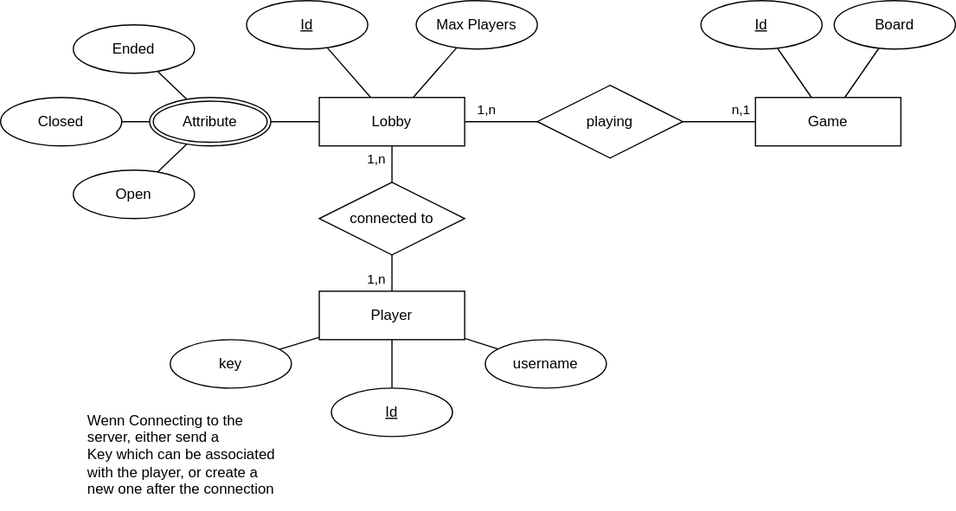
Above: documentation/Server/img/database-data-structure.drawio.svg in B-Team-Organisation/Fantasy-Chess (draw.io), before the change. Source tidied: cells renumbered, new cells last; positions are measured from the earlier drawing's top-left corner, leaving out a move shared by most shapes.
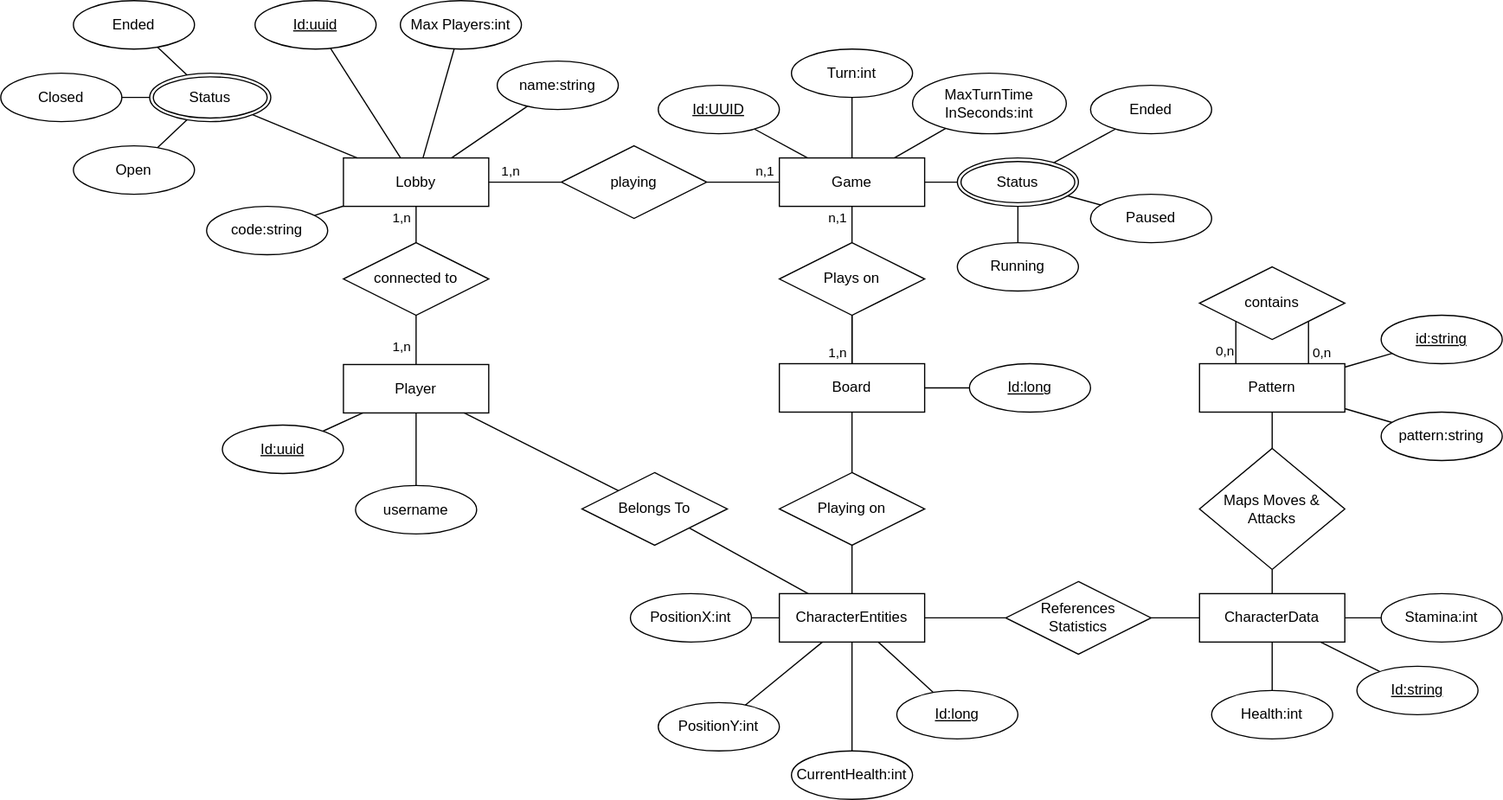
After the change.

Commit message:
[#25] Updated Database ERM and added more Database Entities

What changed in the source:
```diff
@@ -13,6 +13,9 @@
     <mxCell id="4" style="edgeStyle=none;html=1;endArrow=none;endFill=0;" parent="1" edge="1" source="5" target="8">
       <mxGeometry relative="1" as="geometry" />
     </mxCell>
+    <mxCell id="38" style="edgeStyle=none;html=1;endArrow=none;endFill=0;" parent="1" edge="1" source="5" target="97">
+      <mxGeometry relative="1" as="geometry" />
+    </mxCell>
     <mxCell id="5" value="Lobby" style="whiteSpace=wrap;html=1;align=center;" parent="1" vertex="1">
       <mxGeometry x="263" y="80" width="120" height="40" as="geometry" />
     </mxCell>
@@ -20,11 +23,25 @@
       <mxGeometry relative="1" as="geometry" />
     </mxCell>
     <mxCell id="7" value="Player" style="whiteSpace=wrap;html=1;align=center;" parent="1" vertex="1">
-      <mxGeometry x="263" y="240" width="120" height="40" as="geometry" />
+      <mxGeometry x="263" y="250.7" width="120" height="40" as="geometry" />
     </mxCell>
-    <mxCell id="8" value="Id" style="ellipse;whiteSpace=wrap;html=1;align=center;fontStyle=4;" parent="1" vertex="1">
-      <mxGeometry x="203" width="100" height="40" as="geometry" />
+    <mxCell id="8" value="Id:uuid" style="ellipse;whiteSpace=wrap;html=1;align=center;fontStyle=4;" parent="1" vertex="1">
+      <mxGeometry x="190" y="-50" width="100" height="40" as="geometry" />
     </mxCell>
+    <mxCell id="39" style="edgeStyle=none;html=1;endArrow=none;endFill=0;" parent="1" edge="1" source="9" target="52">
+      <mxGeometry relative="1" as="geometry" />
+    </mxCell>
+    <mxCell id="40" value="n,1" style="edgeLabel;html=1;align=center;verticalAlign=middle;" parent="39" vertex="1">
+      <mxGeometry x="-0.45" y="-2" relative="1" as="geometry">
+        <mxPoint x="-11" y="1" as="offset" />
+      </mxGeometry>
+    </mxCell>
+    <mxCell id="41" style="edgeStyle=none;html=1;endArrow=none;endFill=0;" parent="1" edge="1" source="9" target="92">
+      <mxGeometry relative="1" as="geometry" />
+    </mxCell>
+    <mxCell id="42" style="edgeStyle=none;html=1;endArrow=none;endFill=0;" parent="1" edge="1" source="9" target="95">
+      <mxGeometry relative="1" as="geometry" />
+    </mxCell>
     <mxCell id="9" value="Game" style="whiteSpace=wrap;html=1;align=center;" parent="1" vertex="1">
       <mxGeometry x="623" y="80" width="120" height="40" as="geometry" />
     </mxCell>
@@ -39,17 +56,11 @@
     <mxCell id="12" value="playing" style="shape=rhombus;perimeter=rhombusPerimeter;whiteSpace=wrap;html=1;align=center;" parent="1" vertex="1">
       <mxGeometry x="443" y="70" width="120" height="60" as="geometry" />
     </mxCell>
-    <mxCell id="13" style="edgeStyle=none;html=1;endArrow=none;endFill=0;" parent="1" edge="1" source="14" target="9">
-      <mxGeometry relative="1" as="geometry" />
-    </mxCell>
-    <mxCell id="14" value="Board" style="ellipse;whiteSpace=wrap;html=1;align=center;" parent="1" vertex="1">
-      <mxGeometry x="688" width="100" height="40" as="geometry" />
-    </mxCell>
     <mxCell id="15" style="edgeStyle=none;html=1;endArrow=none;endFill=0;" parent="1" edge="1" source="16" target="9">
       <mxGeometry relative="1" as="geometry" />
     </mxCell>
-    <mxCell id="16" value="Id" style="ellipse;whiteSpace=wrap;html=1;align=center;fontStyle=4;" parent="1" vertex="1">
-      <mxGeometry x="578" width="100" height="40" as="geometry" />
+    <mxCell id="16" value="Id:UUID" style="ellipse;whiteSpace=wrap;html=1;align=center;fontStyle=4;" parent="1" vertex="1">
+      <mxGeometry x="523" y="20" width="100" height="40" as="geometry" />
     </mxCell>
     <mxCell id="17" style="edgeStyle=none;html=1;exitX=0.5;exitY=0;exitDx=0;exitDy=0;endArrow=none;endFill=0;" parent="1" edge="1" source="21" target="5">
       <mxGeometry relative="1" as="geometry" />
@@ -70,53 +81,224 @@
     <mxCell id="21" value="connected to" style="shape=rhombus;perimeter=rhombusPerimeter;whiteSpace=wrap;html=1;align=center;" parent="1" vertex="1">
       <mxGeometry x="263" y="150" width="120" height="60" as="geometry" />
     </mxCell>
-    <mxCell id="22" value="Id" style="ellipse;whiteSpace=wrap;html=1;align=center;fontStyle=4;" parent="1" vertex="1">
-      <mxGeometry x="273" y="320" width="100" height="40" as="geometry" />
+    <mxCell id="22" value="Id:uuid" style="ellipse;whiteSpace=wrap;html=1;align=center;fontStyle=4;" parent="1" vertex="1">
+      <mxGeometry x="163" y="300.7" width="100" height="40" as="geometry" />
     </mxCell>
     <mxCell id="23" style="edgeStyle=none;html=1;endArrow=none;endFill=0;" parent="1" edge="1" source="24" target="7">
       <mxGeometry relative="1" as="geometry" />
     </mxCell>
     <mxCell id="24" value="username" style="ellipse;whiteSpace=wrap;html=1;align=center;" parent="1" vertex="1">
-      <mxGeometry x="400" y="280" width="100" height="40" as="geometry" />
+      <mxGeometry x="273" y="350.7" width="100" height="40" as="geometry" />
     </mxCell>
     <mxCell id="25" style="edgeStyle=none;html=1;endArrow=none;endFill=0;" parent="1" edge="1" source="26" target="5">
       <mxGeometry relative="1" as="geometry" />
     </mxCell>
-    <mxCell id="26" value="Max Players" style="ellipse;whiteSpace=wrap;html=1;align=center;" parent="1" vertex="1">
-      <mxGeometry x="343" width="100" height="40" as="geometry" />
+    <mxCell id="26" value="Max Players:int" style="ellipse;whiteSpace=wrap;html=1;align=center;" parent="1" vertex="1">
+      <mxGeometry x="310" y="-50" width="100" height="40" as="geometry" />
     </mxCell>
     <mxCell id="27" style="edgeStyle=none;html=1;endArrow=none;endFill=0;" parent="1" edge="1" source="28" target="5">
       <mxGeometry relative="1" as="geometry" />
     </mxCell>
-    <mxCell id="28" value="Attribute" style="ellipse;shape=doubleEllipse;margin=3;whiteSpace=wrap;html=1;align=center;" parent="1" vertex="1">
-      <mxGeometry x="123" y="80" width="100" height="40" as="geometry" />
+    <mxCell id="28" value="Status" style="ellipse;shape=doubleEllipse;margin=3;whiteSpace=wrap;html=1;align=center;" parent="1" vertex="1">
+      <mxGeometry x="103" y="10" width="100" height="40" as="geometry" />
     </mxCell>
     <mxCell id="29" style="edgeStyle=none;html=1;endArrow=none;endFill=0;" parent="1" edge="1" source="30" target="28">
       <mxGeometry relative="1" as="geometry" />
     </mxCell>
     <mxCell id="30" value="Open" style="ellipse;whiteSpace=wrap;html=1;align=center;" parent="1" vertex="1">
-      <mxGeometry x="60" y="140" width="100" height="40" as="geometry" />
+      <mxGeometry x="40" y="70" width="100" height="40" as="geometry" />
     </mxCell>
     <mxCell id="31" style="edgeStyle=none;html=1;endArrow=none;endFill=0;" parent="1" edge="1" source="32" target="28">
       <mxGeometry relative="1" as="geometry" />
     </mxCell>
     <mxCell id="32" value="Ended" style="ellipse;whiteSpace=wrap;html=1;align=center;" parent="1" vertex="1">
-      <mxGeometry x="60" y="20" width="100" height="40" as="geometry" />
+      <mxGeometry x="40" y="-50" width="100" height="40" as="geometry" />
     </mxCell>
     <mxCell id="33" style="edgeStyle=none;html=1;endArrow=none;endFill=0;" parent="1" edge="1" source="34" target="28">
       <mxGeometry relative="1" as="geometry" />
     </mxCell>
     <mxCell id="34" value="Closed" style="ellipse;whiteSpace=wrap;html=1;align=center;" parent="1" vertex="1">
-      <mxGeometry y="80" width="100" height="40" as="geometry" />
+      <mxGeometry x="-20" y="10" width="100" height="40" as="geometry" />
     </mxCell>
-    <mxCell id="35" style="edgeStyle=none;html=1;endArrow=none;endFill=0;" parent="1" edge="1" source="36" target="7">
-      <mxGeometry relative="1" as="geometry" />
-    </mxCell>
-    <mxCell id="36" value="key" style="ellipse;whiteSpace=wrap;html=1;align=center;" parent="1" vertex="1">
-      <mxGeometry x="140" y="280" width="100" height="40" as="geometry" />
-    </mxCell>
-    <mxCell id="37" value="Wenn Connecting to the &lt;br&gt;server, either send a&lt;br&gt;Key which can be associated &lt;br&gt;with the player, or create a &lt;br&gt;new one after the connection" style="text;html=1;align=left;verticalAlign=middle;strokeColor=none;fillColor=none;" parent="1" vertex="1">
-      <mxGeometry x="70" y="330" width="180" height="90" as="geometry" />
-    </mxCell>
+    <mxCell id="43" style="edgeStyle=none;html=1;endArrow=none;endFill=0;" parent="1" edge="1" source="44" target="5">
+      <mxGeometry relative="1" as="geometry" />
+    </mxCell>
+    <mxCell id="44" value="name:string" style="ellipse;whiteSpace=wrap;html=1;align=center;" parent="1" vertex="1">
+      <mxGeometry x="390" width="100" height="40" as="geometry" />
+    </mxCell>
+    <mxCell id="45" style="edgeStyle=none;html=1;endArrow=none;endFill=0;" parent="1" edge="1" source="14" target="49">
+      <mxGeometry relative="1" as="geometry" />
+    </mxCell>
+    <mxCell id="46" style="edgeStyle=none;html=1;endArrow=none;endFill=0;" parent="1" edge="1" source="14" target="62">
+      <mxGeometry relative="1" as="geometry" />
+    </mxCell>
+    <mxCell id="47" style="edgeStyle=none;html=1;endArrow=none;endFill=0;" parent="1" edge="1" source="14" target="52">
+      <mxGeometry relative="1" as="geometry" />
+    </mxCell>
+    <mxCell id="14" value="Board" style="whiteSpace=wrap;html=1;align=center;" parent="1" vertex="1">
+      <mxGeometry x="623" y="250" width="120" height="40" as="geometry" />
+    </mxCell>
+    <mxCell id="48" style="edgeStyle=none;html=1;endArrow=none;endFill=0;" parent="1" edge="1" source="49" target="55">
+      <mxGeometry relative="1" as="geometry" />
+    </mxCell>
+    <mxCell id="49" value="Playing on" style="shape=rhombus;perimeter=rhombusPerimeter;whiteSpace=wrap;html=1;align=center;" parent="1" vertex="1">
+      <mxGeometry x="623" y="340" width="120" height="60" as="geometry" />
+    </mxCell>
+    <mxCell id="50" style="edgeStyle=none;html=1;endArrow=none;endFill=0;" parent="1" edge="1" source="52" target="14">
+      <mxGeometry relative="1" as="geometry" />
+    </mxCell>
+    <mxCell id="51" value="1,n" style="edgeLabel;html=1;align=center;verticalAlign=middle;" parent="50" vertex="1">
+      <mxGeometry x="-0.43" relative="1" as="geometry">
+        <mxPoint x="-13" y="19" as="offset" />
+      </mxGeometry>
+    </mxCell>
+    <mxCell id="52" value="Plays on" style="shape=rhombus;perimeter=rhombusPerimeter;whiteSpace=wrap;html=1;align=center;" parent="1" vertex="1">
+      <mxGeometry x="623" y="150" width="120" height="60" as="geometry" />
+    </mxCell>
+    <mxCell id="53" style="edgeStyle=none;html=1;endArrow=none;endFill=0;" parent="1" edge="1" source="55" target="57">
+      <mxGeometry relative="1" as="geometry" />
+    </mxCell>
+    <mxCell id="54" style="edgeStyle=none;html=1;endArrow=none;endFill=0;" parent="1" edge="1" source="55" target="99">
+      <mxGeometry relative="1" as="geometry" />
+    </mxCell>
+    <mxCell id="55" value="CharacterEntities" style="whiteSpace=wrap;html=1;align=center;" parent="1" vertex="1">
+      <mxGeometry x="623" y="440" width="120" height="40" as="geometry" />
+    </mxCell>
+    <mxCell id="56" style="edgeStyle=none;html=1;endArrow=none;endFill=0;" parent="1" edge="1" source="57" target="61">
+      <mxGeometry relative="1" as="geometry" />
+    </mxCell>
+    <mxCell id="57" value="References &lt;br&gt;Statistics" style="shape=rhombus;perimeter=rhombusPerimeter;whiteSpace=wrap;html=1;align=center;" parent="1" vertex="1">
+      <mxGeometry x="810" y="430" width="120" height="60" as="geometry" />
+    </mxCell>
+    <mxCell id="58" style="edgeStyle=none;html=1;endArrow=none;endFill=0;" parent="1" edge="1" source="61" target="69">
+      <mxGeometry relative="1" as="geometry" />
+    </mxCell>
+    <mxCell id="59" style="edgeStyle=none;html=1;endArrow=none;endFill=0;" parent="1" edge="1" source="61" target="79">
+      <mxGeometry relative="1" as="geometry" />
+    </mxCell>
+    <mxCell id="60" style="edgeStyle=none;html=1;endArrow=none;endFill=0;" parent="1" edge="1" source="61" target="82">
+      <mxGeometry relative="1" as="geometry" />
+    </mxCell>
+    <mxCell id="61" value="CharacterData" style="whiteSpace=wrap;html=1;align=center;" parent="1" vertex="1">
+      <mxGeometry x="970" y="440" width="120" height="40" as="geometry" />
+    </mxCell>
+    <mxCell id="62" value="Id:long" style="ellipse;whiteSpace=wrap;html=1;align=center;fontStyle=4;" parent="1" vertex="1">
+      <mxGeometry x="780" y="250" width="100" height="40" as="geometry" />
+    </mxCell>
+    <mxCell id="63" style="edgeStyle=none;html=1;exitX=0.25;exitY=0;exitDx=0;exitDy=0;entryX=0;entryY=1;entryDx=0;entryDy=0;endArrow=none;endFill=0;" parent="1" edge="1" source="67" target="70">
+      <mxGeometry relative="1" as="geometry" />
+    </mxCell>
+    <mxCell id="64" value="0,n" style="edgeLabel;html=1;align=center;verticalAlign=middle;" parent="63" vertex="1">
+      <mxGeometry x="-0.49" y="1" relative="1" as="geometry">
+        <mxPoint x="-9" y="-1" as="offset" />
+      </mxGeometry>
+    </mxCell>
+    <mxCell id="65" style="edgeStyle=none;html=1;exitX=0.75;exitY=0;exitDx=0;exitDy=0;entryX=1;entryY=1;entryDx=0;entryDy=0;endArrow=none;endFill=0;" parent="1" edge="1" source="67" target="70">
+      <mxGeometry relative="1" as="geometry" />
+    </mxCell>
+    <mxCell id="66" value="0,n" style="edgeLabel;html=1;align=center;verticalAlign=middle;" parent="65" vertex="1">
+      <mxGeometry x="-0.62" y="-3" relative="1" as="geometry">
+        <mxPoint x="7" y="-3" as="offset" />
+      </mxGeometry>
+    </mxCell>
+    <mxCell id="67" value="Pattern" style="whiteSpace=wrap;html=1;align=center;" parent="1" vertex="1">
+      <mxGeometry x="970" y="250" width="120" height="40" as="geometry" />
+    </mxCell>
+    <mxCell id="68" style="edgeStyle=none;html=1;endArrow=none;endFill=0;" parent="1" edge="1" source="69" target="67">
+      <mxGeometry relative="1" as="geometry" />
+    </mxCell>
+    <mxCell id="69" value="Maps Moves &amp;amp;&lt;br&gt;Attacks" style="shape=rhombus;perimeter=rhombusPerimeter;whiteSpace=wrap;html=1;align=center;" parent="1" vertex="1">
+      <mxGeometry x="970" y="320" width="120" height="100" as="geometry" />
+    </mxCell>
+    <mxCell id="70" value="contains" style="shape=rhombus;perimeter=rhombusPerimeter;whiteSpace=wrap;html=1;align=center;" parent="1" vertex="1">
+      <mxGeometry x="970" y="170" width="120" height="60" as="geometry" />
+    </mxCell>
+    <mxCell id="71" style="edgeStyle=none;html=1;endArrow=none;endFill=0;" parent="1" edge="1" source="72" target="55">
+      <mxGeometry relative="1" as="geometry" />
+    </mxCell>
+    <mxCell id="72" value="Id:long" style="ellipse;whiteSpace=wrap;html=1;align=center;fontStyle=4;" parent="1" vertex="1">
+      <mxGeometry x="720" y="520" width="100" height="40" as="geometry" />
+    </mxCell>
+    <mxCell id="73" style="edgeStyle=none;html=1;endArrow=none;endFill=0;" parent="1" edge="1" source="74" target="55">
+      <mxGeometry relative="1" as="geometry" />
+    </mxCell>
+    <mxCell id="74" value="CurrentHealth:int" style="ellipse;whiteSpace=wrap;html=1;align=center;" parent="1" vertex="1">
+      <mxGeometry x="633" y="570" width="100" height="40" as="geometry" />
+    </mxCell>
+    <mxCell id="75" style="edgeStyle=none;html=1;endArrow=none;endFill=0;" parent="1" edge="1" source="76" target="55">
+      <mxGeometry relative="1" as="geometry" />
+    </mxCell>
+    <mxCell id="76" value="PositionY:int" style="ellipse;whiteSpace=wrap;html=1;align=center;" parent="1" vertex="1">
+      <mxGeometry x="523" y="530" width="100" height="40" as="geometry" />
+    </mxCell>
+    <mxCell id="77" style="edgeStyle=none;html=1;endArrow=none;endFill=0;" parent="1" edge="1" source="78" target="55">
+      <mxGeometry relative="1" as="geometry" />
+    </mxCell>
+    <mxCell id="78" value="PositionX:int" style="ellipse;whiteSpace=wrap;html=1;align=center;" parent="1" vertex="1">
+      <mxGeometry x="500" y="440" width="100" height="40" as="geometry" />
+    </mxCell>
+    <mxCell id="79" value="Health:int" style="ellipse;whiteSpace=wrap;html=1;align=center;" parent="1" vertex="1">
+      <mxGeometry x="980" y="520" width="100" height="40" as="geometry" />
+    </mxCell>
+    <mxCell id="80" style="edgeStyle=none;html=1;endArrow=none;endFill=0;" parent="1" edge="1" source="81" target="67">
+      <mxGeometry relative="1" as="geometry" />
+    </mxCell>
+    <mxCell id="81" value="id:string" style="ellipse;whiteSpace=wrap;html=1;align=center;fontStyle=4;" parent="1" vertex="1">
+      <mxGeometry x="1120" y="210" width="100" height="40" as="geometry" />
+    </mxCell>
+    <mxCell id="82" value="Id:string" style="ellipse;whiteSpace=wrap;html=1;align=center;fontStyle=4;" parent="1" vertex="1">
+      <mxGeometry x="1100" y="500" width="100" height="40" as="geometry" />
+    </mxCell>
+    <mxCell id="83" style="edgeStyle=none;html=1;endArrow=none;endFill=0;" parent="1" edge="1" source="84" target="67">
+      <mxGeometry relative="1" as="geometry" />
+    </mxCell>
+    <mxCell id="84" value="pattern:string" style="ellipse;whiteSpace=wrap;html=1;align=center;" parent="1" vertex="1">
+      <mxGeometry x="1120" y="290" width="100" height="40" as="geometry" />
+    </mxCell>
+    <mxCell id="85" style="edgeStyle=none;html=1;endArrow=none;endFill=0;" parent="1" edge="1" source="89" target="9">
+      <mxGeometry relative="1" as="geometry" />
+    </mxCell>
+    <mxCell id="86" style="edgeStyle=none;html=1;endArrow=none;endFill=0;" parent="1" edge="1" source="89" target="91">
+      <mxGeometry relative="1" as="geometry" />
+    </mxCell>
+    <mxCell id="87" style="edgeStyle=none;html=1;endArrow=none;endFill=0;" parent="1" edge="1" source="89" target="90">
+      <mxGeometry relative="1" as="geometry" />
+    </mxCell>
+    <mxCell id="88" style="edgeStyle=none;html=1;endArrow=none;endFill=0;" parent="1" edge="1" source="89" target="96">
+      <mxGeometry relative="1" as="geometry" />
+    </mxCell>
+    <mxCell id="89" value="Status" style="ellipse;shape=doubleEllipse;margin=3;whiteSpace=wrap;html=1;align=center;" parent="1" vertex="1">
+      <mxGeometry x="770" y="80" width="100" height="40" as="geometry" />
+    </mxCell>
+    <mxCell id="90" value="Running" style="ellipse;whiteSpace=wrap;html=1;align=center;" parent="1" vertex="1">
+      <mxGeometry x="770" y="150" width="100" height="40" as="geometry" />
+    </mxCell>
+    <mxCell id="91" value="Ended" style="ellipse;whiteSpace=wrap;html=1;align=center;" parent="1" vertex="1">
+      <mxGeometry x="880" y="20" width="100" height="40" as="geometry" />
+    </mxCell>
+    <mxCell id="92" value="Turn:int" style="ellipse;whiteSpace=wrap;html=1;align=center;" parent="1" vertex="1">
+      <mxGeometry x="633" y="-10" width="100" height="40" as="geometry" />
+    </mxCell>
+    <mxCell id="93" style="edgeStyle=none;html=1;endArrow=none;endFill=0;" parent="1" edge="1" source="94" target="61">
+      <mxGeometry relative="1" as="geometry" />
+    </mxCell>
+    <mxCell id="94" value="Stamina:int" style="ellipse;whiteSpace=wrap;html=1;align=center;" parent="1" vertex="1">
+      <mxGeometry x="1120" y="440" width="100" height="40" as="geometry" />
+    </mxCell>
+    <mxCell id="95" value="MaxTurnTime&lt;br&gt;InSeconds:int" style="ellipse;whiteSpace=wrap;html=1;align=center;" parent="1" vertex="1">
+      <mxGeometry x="733" y="10" width="127" height="50" as="geometry" />
+    </mxCell>
+    <mxCell id="96" value="Paused" style="ellipse;whiteSpace=wrap;html=1;align=center;" parent="1" vertex="1">
+      <mxGeometry x="880" y="110" width="100" height="40" as="geometry" />
+    </mxCell>
+    <mxCell id="97" value="code:string" style="ellipse;whiteSpace=wrap;html=1;align=center;" parent="1" vertex="1">
+      <mxGeometry x="150" y="120" width="100" height="40" as="geometry" />
+    </mxCell>
+    <mxCell id="98" style="edgeStyle=none;html=1;endArrow=none;endFill=0;" parent="1" edge="1" source="99" target="7">
+      <mxGeometry relative="1" as="geometry" />
+    </mxCell>
+    <mxCell id="99" value="Belongs To" style="shape=rhombus;perimeter=rhombusPerimeter;whiteSpace=wrap;html=1;align=center;" parent="1" vertex="1">
+      <mxGeometry x="460" y="340" width="120" height="60" as="geometry" />
+    </mxCell>
   </root>
 </mxGraphModel>
```
